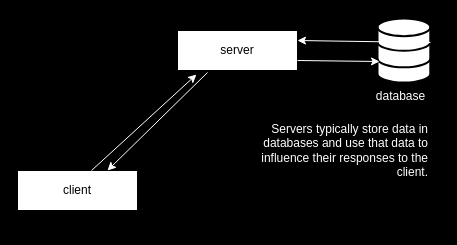
The draw.io diagram page "Databases" (3 of 3) of docs/images/web_architecturee.drawio in nyu-computer-science/web-design, before the edit. Source tidied: cells renumbered, new cells numbered last; positions are measured from the earlier drawing's top-left corner, leaving out a move shared by most shapes. Both pictures are drawn from the tidied source at 100%, with x=0, y=0 at pixel (17, 18).
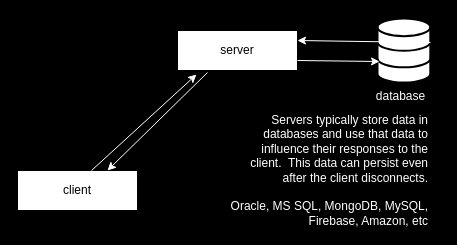
The same diagram, later.

Diff of the diagram source:
```diff
@@
 <mxGraphModel background="#000000">
   <root>
     <mxCell id="0" />
     <mxCell id="1" parent="0" />
     <mxCell id="2" value="client" style="rounded=0;whiteSpace=wrap;html=1;" parent="1" vertex="1">
       <mxGeometry y="152" width="120" height="40" as="geometry" />
     </mxCell>
     <mxCell id="3" value="server" style="rounded=0;whiteSpace=wrap;html=1;" parent="1" vertex="1">
       <mxGeometry x="160" y="12" width="120" height="40" as="geometry" />
     </mxCell>
     <mxCell id="4" style="endArrow=classic;html=1;entryX=0.158;entryY=1.1;entryDx=0;entryDy=0;strokeColor=#FFFFFF;exitX=0.617;exitY=0;exitDx=0;exitDy=0;exitPerimeter=0;entryPerimeter=0;" parent="1" edge="1" source="2" target="3">
       <mxGeometry relative="1" as="geometry" />
     </mxCell>
     <mxCell id="5" style="endArrow=classic;html=1;strokeColor=#FFFFFF;entryX=0.75;entryY=0;entryDx=0;entryDy=0;" parent="1" edge="1" target="2">
       <mxGeometry relative="1" as="geometry">
         <mxPoint x="190" y="54" as="sourcePoint" />
       </mxGeometry>
     </mxCell>
     <mxCell id="6" style="html=1;verticalLabelPosition=bottom;align=center;labelBackgroundColor=#ffffff;verticalAlign=top;strokeWidth=2;strokeColor=#000000;shadow=0;dashed=0;shape=mxgraph.ios7.icons.data;" parent="1" vertex="1">
       <mxGeometry x="360" width="52.8" height="64" as="geometry" />
     </mxCell>
     <mxCell id="7" style="endArrow=classic;html=1;strokeColor=#FFFFFF;exitX=1.004;exitY=0.375;exitDx=0;exitDy=0;exitPerimeter=0;" parent="1" edge="1" source="6">
       <mxGeometry relative="1" as="geometry">
         <mxPoint x="280" y="22" as="targetPoint" />
       </mxGeometry>
     </mxCell>
     <mxCell id="8" style="endArrow=classic;html=1;strokeColor=#FFFFFF;exitX=1;exitY=0.75;exitDx=0;exitDy=0;entryX=0.038;entryY=0.672;entryDx=0;entryDy=0;entryPerimeter=0;" parent="1" edge="1" source="3" target="6">
       <mxGeometry relative="1" as="geometry" />
     </mxCell>
     <mxCell id="9" value="database" style="text;html=1;fontColor=#FFFFFF;align=center;" parent="1" vertex="1">
       <mxGeometry x="352.8" y="64" width="60" height="30" as="geometry" />
     </mxCell>
-    <mxCell id="10" value="&lt;font color=&quot;#ffffff&quot;&gt;Servers typically store data in databases and use that data to influence their responses to the client.&lt;br&gt;&lt;/font&gt;" style="text;html=1;strokeColor=none;fillColor=none;align=right;verticalAlign=middle;whiteSpace=wrap;rounded=0;" parent="1" vertex="1">
-      <mxGeometry x="212.8" y="92" width="200" height="80" as="geometry" />
+    <mxCell id="10" value="&lt;font color=&quot;#ffffff&quot;&gt;Servers typically store data in databases and use that data to influence their responses to the client.&amp;nbsp; This data can persist even after the client disconnects.&lt;br&gt;&lt;br&gt;&lt;/font&gt;&lt;span style=&quot;color: rgb(255 , 255 , 255)&quot;&gt;Oracle,&amp;nbsp;&lt;/span&gt;&lt;font color=&quot;#ffffff&quot;&gt;MS SQL, MongoDB, MySQL, Firebase, Amazon, etc&lt;br&gt;&lt;/font&gt;" style="text;html=1;strokeColor=none;fillColor=none;align=right;verticalAlign=middle;whiteSpace=wrap;rounded=0;" parent="1" vertex="1">
+      <mxGeometry x="212.8" y="112" width="200" height="80" as="geometry" />
     </mxCell>
   </root>
 </mxGraphModel>
```
